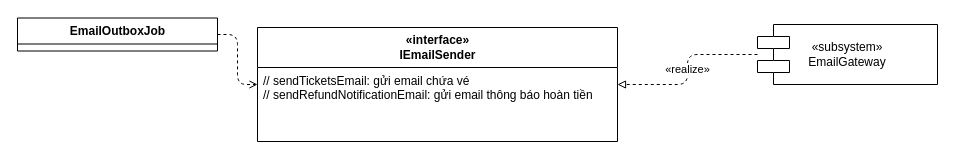
This is page "P10-subsystem-context-SS-02" (2 of 5) of design/diagrams/P10-subsystem-context.drawio from luytbq/app-dat-ve-xem-phim, a draw.io file, before an edit. Source tidied: cells renumbered, new cells numbered last; positions are measured from the earlier drawing's top-left corner, leaving out a move shared by most shapes. Both pictures are drawn from the tidied source at 100%, with x=0, y=0 at pixel (17, 18).
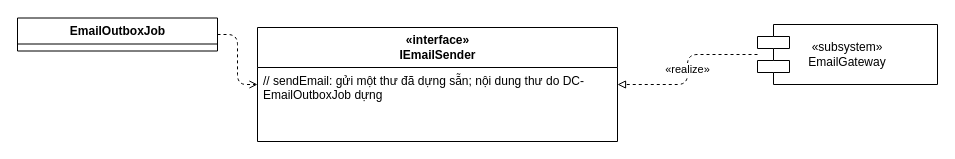
Above is the later version.

Change to the diagram source:
```diff
@@
 <mxGraphModel>
   <root>
     <mxCell id="0" />
     <mxCell id="1" parent="0" />
     <mxCell id="2" value="EmailOutboxJob" style="swimlane;fontStyle=1;align=center;horizontal=1;startSize=26;html=1;" parent="1" vertex="1">
       <mxGeometry y="-0.5" width="200" height="33" as="geometry" />
     </mxCell>
     <mxCell id="3" value="«interface»&lt;br&gt;IEmailSender" style="swimlane;fontStyle=1;align=center;horizontal=1;startSize=40;html=1;" parent="1" vertex="1">
       <mxGeometry x="240" y="9" width="360" height="114" as="geometry" />
     </mxCell>
-    <mxCell id="4" value="// sendTicketsEmail: gửi email chứa vé&lt;br&gt;// sendRefundNotificationEmail: gửi email thông báo hoàn tiền" style="text;strokeColor=none;fillColor=none;align=left;verticalAlign=top;spacingLeft=4;whiteSpace=wrap;html=1;" parent="3" vertex="1">
+    <mxCell id="4" value="// sendEmail: gửi một thư đã dựng sẵn; nội dung thư do DC-EmailOutboxJob dựng" style="text;strokeColor=none;fillColor=none;align=left;verticalAlign=top;spacingLeft=4;whiteSpace=wrap;html=1;" parent="3" vertex="1">
       <mxGeometry y="40" width="360" height="74" as="geometry" />
     </mxCell>
     <mxCell id="5" value="«subsystem»&lt;br&gt;EmailGateway" style="shape=component;whiteSpace=wrap;html=1;" parent="1" vertex="1">
       <mxGeometry x="740" y="6" width="180" height="60" as="geometry" />
     </mxCell>
     <mxCell id="6" value="«realize»" style="edgeStyle=orthogonalEdgeStyle;endArrow=block;endFill=0;dashed=1;html=1;" parent="1" edge="1" source="5" target="3">
       <mxGeometry relative="1" as="geometry" />
     </mxCell>
     <mxCell id="7" style="edgeStyle=orthogonalEdgeStyle;endArrow=open;dashed=1;html=1;" parent="1" edge="1" source="2" target="3">
       <mxGeometry relative="1" as="geometry" />
     </mxCell>
   </root>
 </mxGraphModel>
```
